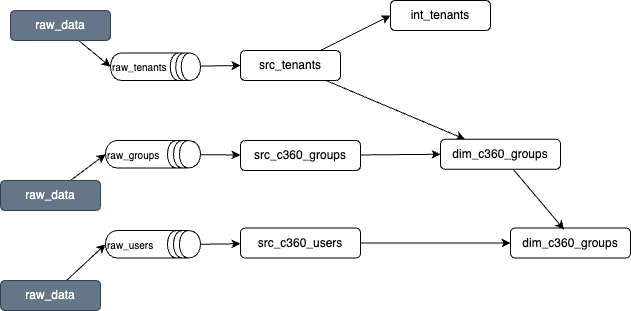
The draw.io diagram src/shift_left/tests/data/docs/c360-users.drawio.png in jbcodeforce/shift_left_utils, before a commit. Source tidied: cells renumbered, new cells last; positions are measured from the earlier drawing's top-left corner, leaving out a move shared by most shapes. Source of this version:
```xml
<mxGraphModel>
  <root>
    <mxCell id="0" />
    <mxCell id="1" parent="0" />
    <mxCell id="2" style="edgeStyle=none;html=1;" parent="1" edge="1" source="3" target="20">
      <mxGeometry relative="1" as="geometry" />
    </mxCell>
    <mxCell id="3" value="src_tenants" style="rounded=1;whiteSpace=wrap;html=1;" parent="1" vertex="1">
      <mxGeometry x="240" y="50" width="100" height="30" as="geometry" />
    </mxCell>
    <mxCell id="4" style="edgeStyle=none;html=1;entryX=0;entryY=0.5;entryDx=0;entryDy=0;" parent="1" edge="1" source="3" target="19">
      <mxGeometry relative="1" as="geometry" />
    </mxCell>
    <mxCell id="5" style="edgeStyle=none;html=1;entryX=0;entryY=0.5;entryDx=0;entryDy=0;" parent="1" edge="1" source="6" target="3">
      <mxGeometry relative="1" as="geometry" />
    </mxCell>
    <mxCell id="6" value="raw_tenants" style="shape=datastore;whiteSpace=wrap;html=1;direction=south;fontSize=10;align=left;" parent="1" vertex="1">
      <mxGeometry x="110" y="52.5" width="90" height="27.5" as="geometry" />
    </mxCell>
    <mxCell id="7" style="edgeStyle=none;html=1;entryX=0.5;entryY=1;entryDx=0;entryDy=0;" parent="1" edge="1" source="8" target="6">
      <mxGeometry relative="1" as="geometry" />
    </mxCell>
    <mxCell id="8" value="raw_data" style="rounded=1;whiteSpace=wrap;html=1;fillColor=#647687;strokeColor=#314354;fontColor=#ffffff;" parent="1" vertex="1">
      <mxGeometry x="10" y="10" width="100" height="30" as="geometry" />
    </mxCell>
    <mxCell id="9" style="edgeStyle=none;html=1;" parent="1" edge="1" source="10" target="18">
      <mxGeometry relative="1" as="geometry" />
    </mxCell>
    <mxCell id="10" value="raw_groups" style="shape=datastore;whiteSpace=wrap;html=1;direction=south;fontSize=10;align=left;" parent="1" vertex="1">
      <mxGeometry x="105" y="140" width="95" height="27.5" as="geometry" />
    </mxCell>
    <mxCell id="11" style="edgeStyle=none;html=1;exitX=0.5;exitY=0;exitDx=0;exitDy=0;" parent="1" edge="1" source="12" target="22">
      <mxGeometry relative="1" as="geometry" />
    </mxCell>
    <mxCell id="12" value="raw_users" style="shape=datastore;whiteSpace=wrap;html=1;direction=south;fontSize=10;align=left;" parent="1" vertex="1">
      <mxGeometry x="105" y="230" width="95" height="27.5" as="geometry" />
    </mxCell>
    <mxCell id="13" style="edgeStyle=none;html=1;entryX=0.5;entryY=1;entryDx=0;entryDy=0;" parent="1" edge="1" source="14" target="10">
      <mxGeometry relative="1" as="geometry" />
    </mxCell>
    <mxCell id="14" value="raw_data" style="rounded=1;whiteSpace=wrap;html=1;fillColor=#647687;strokeColor=#314354;fontColor=#ffffff;" parent="1" vertex="1">
      <mxGeometry y="180" width="100" height="30" as="geometry" />
    </mxCell>
    <mxCell id="15" style="edgeStyle=none;html=1;entryX=0.5;entryY=1;entryDx=0;entryDy=0;" parent="1" edge="1" source="16" target="12">
      <mxGeometry relative="1" as="geometry" />
    </mxCell>
    <mxCell id="16" value="raw_data" style="rounded=1;whiteSpace=wrap;html=1;fillColor=#647687;strokeColor=#314354;fontColor=#ffffff;" parent="1" vertex="1">
      <mxGeometry y="280" width="100" height="30" as="geometry" />
    </mxCell>
    <mxCell id="17" style="edgeStyle=none;html=1;entryX=0;entryY=0.5;entryDx=0;entryDy=0;" parent="1" edge="1" source="18" target="20">
      <mxGeometry relative="1" as="geometry" />
    </mxCell>
    <mxCell id="18" value="src_c360_groups" style="rounded=1;whiteSpace=wrap;html=1;" parent="1" vertex="1">
      <mxGeometry x="240" y="140" width="120" height="30" as="geometry" />
    </mxCell>
    <mxCell id="19" value="int_tenants" style="rounded=1;whiteSpace=wrap;html=1;" parent="1" vertex="1">
      <mxGeometry x="390" width="100" height="30" as="geometry" />
    </mxCell>
    <mxCell id="20" value="dim_c360_groups" style="rounded=1;whiteSpace=wrap;html=1;" parent="1" vertex="1">
      <mxGeometry x="440" y="138.8" width="120" height="30" as="geometry" />
    </mxCell>
    <mxCell id="21" style="edgeStyle=none;html=1;exitX=1;exitY=0.5;exitDx=0;exitDy=0;entryX=0;entryY=0.5;entryDx=0;entryDy=0;" parent="1" edge="1" source="22" target="23">
      <mxGeometry relative="1" as="geometry" />
    </mxCell>
    <mxCell id="22" value="src_c360_users" style="rounded=1;whiteSpace=wrap;html=1;" parent="1" vertex="1">
      <mxGeometry x="240" y="227.5" width="120" height="30" as="geometry" />
    </mxCell>
    <mxCell id="23" value="dim_c360_groups" style="rounded=1;whiteSpace=wrap;html=1;" parent="1" vertex="1">
      <mxGeometry x="510" y="227.5" width="120" height="30" as="geometry" />
    </mxCell>
    <mxCell id="24" style="edgeStyle=none;html=1;entryX=0.446;entryY=0.05;entryDx=0;entryDy=0;entryPerimeter=0;" parent="1" edge="1" source="20" target="23">
      <mxGeometry relative="1" as="geometry" />
    </mxCell>
  </root>
</mxGraphModel>
```
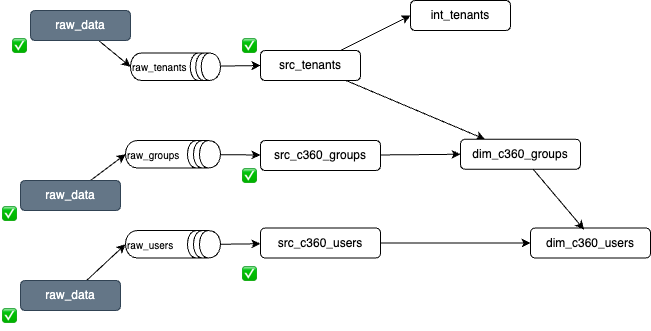
After the commit.

Diff of the diagram source:
```diff
@@ -65,11 +65,29 @@
     <mxCell id="22" value="src_c360_users" style="rounded=1;whiteSpace=wrap;html=1;" parent="1" vertex="1">
       <mxGeometry x="240" y="227.5" width="120" height="30" as="geometry" />
     </mxCell>
-    <mxCell id="23" value="dim_c360_groups" style="rounded=1;whiteSpace=wrap;html=1;" parent="1" vertex="1">
+    <mxCell id="23" value="dim_c360_user&lt;span style=&quot;background-color: transparent;&quot;&gt;s&lt;/span&gt;" style="rounded=1;whiteSpace=wrap;html=1;" parent="1" vertex="1">
       <mxGeometry x="510" y="227.5" width="120" height="30" as="geometry" />
     </mxCell>
     <mxCell id="24" style="edgeStyle=none;html=1;entryX=0.446;entryY=0.05;entryDx=0;entryDy=0;entryPerimeter=0;" parent="1" edge="1" source="20" target="23">
       <mxGeometry relative="1" as="geometry" />
     </mxCell>
+    <mxCell id="25" value="&lt;div style=&quot;color: #000000;background-color: #ffffff;font-family: Menlo, Monaco, 'Courier New', monospace;font-weight: normal;font-size: 12px;line-height: 18px;white-space: pre;&quot;&gt;&lt;div&gt;&lt;span style=&quot;color: #000000;&quot;&gt;✅&lt;/span&gt;&lt;/div&gt;&lt;/div&gt;" style="text;whiteSpace=wrap;html=1;" parent="1" vertex="1">
+      <mxGeometry x="-10" y="30" width="20" height="30" as="geometry" />
+    </mxCell>
+    <mxCell id="26" value="&lt;div style=&quot;color: #000000;background-color: #ffffff;font-family: Menlo, Monaco, 'Courier New', monospace;font-weight: normal;font-size: 12px;line-height: 18px;white-space: pre;&quot;&gt;&lt;div&gt;&lt;span style=&quot;color: #000000;&quot;&gt;✅&lt;/span&gt;&lt;/div&gt;&lt;/div&gt;" style="text;whiteSpace=wrap;html=1;" parent="1" vertex="1">
+      <mxGeometry x="-20" y="197.5" width="20" height="30" as="geometry" />
+    </mxCell>
+    <mxCell id="27" value="&lt;div style=&quot;color: #000000;background-color: #ffffff;font-family: Menlo, Monaco, 'Courier New', monospace;font-weight: normal;font-size: 12px;line-height: 18px;white-space: pre;&quot;&gt;&lt;div&gt;&lt;span style=&quot;color: #000000;&quot;&gt;✅&lt;/span&gt;&lt;/div&gt;&lt;/div&gt;" style="text;whiteSpace=wrap;html=1;" parent="1" vertex="1">
+      <mxGeometry x="-20" y="300" width="20" height="30" as="geometry" />
+    </mxCell>
+    <mxCell id="28" value="&lt;div style=&quot;color: #000000;background-color: #ffffff;font-family: Menlo, Monaco, 'Courier New', monospace;font-weight: normal;font-size: 12px;line-height: 18px;white-space: pre;&quot;&gt;&lt;div&gt;&lt;span style=&quot;color: #000000;&quot;&gt;✅&lt;/span&gt;&lt;/div&gt;&lt;/div&gt;" style="text;whiteSpace=wrap;html=1;" parent="1" vertex="1">
+      <mxGeometry x="220" y="30" width="20" height="30" as="geometry" />
+    </mxCell>
+    <mxCell id="29" value="&lt;div style=&quot;color: #000000;background-color: #ffffff;font-family: Menlo, Monaco, 'Courier New', monospace;font-weight: normal;font-size: 12px;line-height: 18px;white-space: pre;&quot;&gt;&lt;div&gt;&lt;span style=&quot;color: #000000;&quot;&gt;✅&lt;/span&gt;&lt;/div&gt;&lt;/div&gt;" style="text;whiteSpace=wrap;html=1;" parent="1" vertex="1">
+      <mxGeometry x="220" y="160" width="20" height="30" as="geometry" />
+    </mxCell>
+    <mxCell id="30" value="&lt;div style=&quot;color: #000000;background-color: #ffffff;font-family: Menlo, Monaco, 'Courier New', monospace;font-weight: normal;font-size: 12px;line-height: 18px;white-space: pre;&quot;&gt;&lt;div&gt;&lt;span style=&quot;color: #000000;&quot;&gt;✅&lt;/span&gt;&lt;/div&gt;&lt;/div&gt;" style="text;whiteSpace=wrap;html=1;" parent="1" vertex="1">
+      <mxGeometry x="220" y="257.5" width="20" height="30" as="geometry" />
+    </mxCell>
   </root>
 </mxGraphModel>
```
